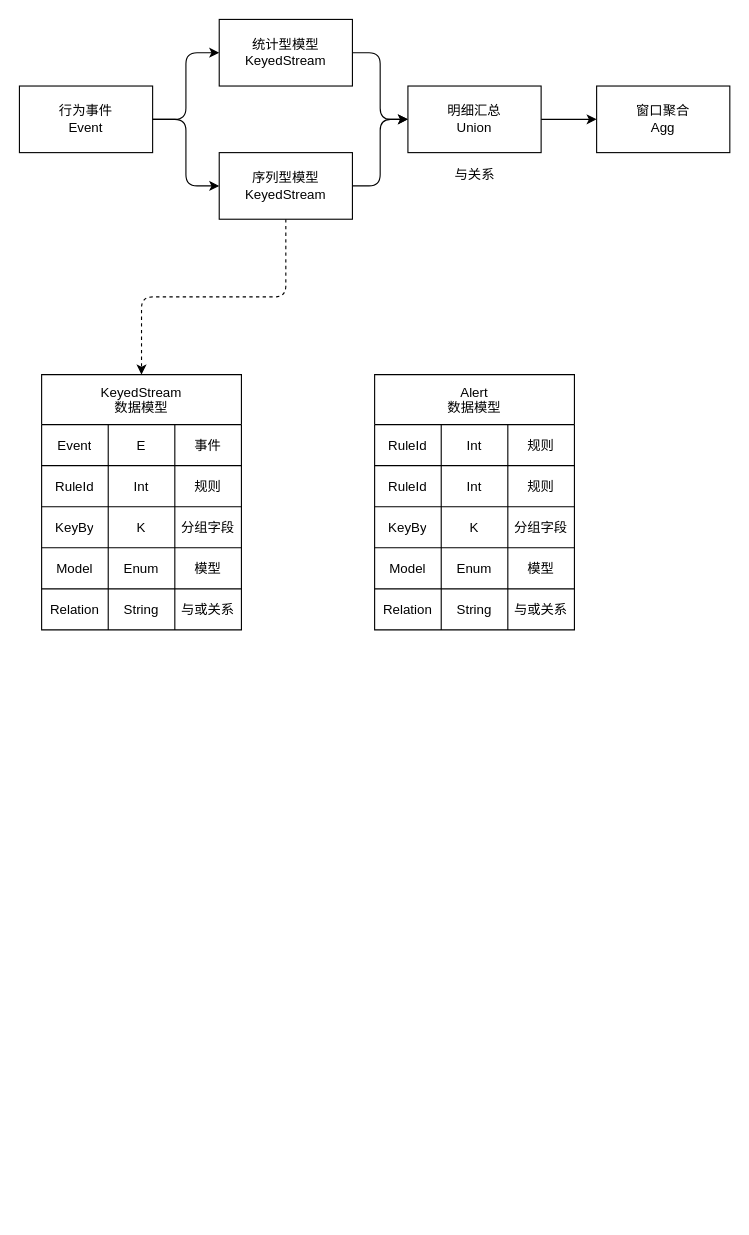
Earlier version of the draw.io diagram cep.drawio (pengmide/draw). Source tidied: cells renumbered, new cells numbered last; positions are measured from the earlier drawing's top-left corner, leaving out a move shared by most shapes. Both pictures are drawn from the tidied source at 111%, with x=0, y=0 at pixel (19, 19).
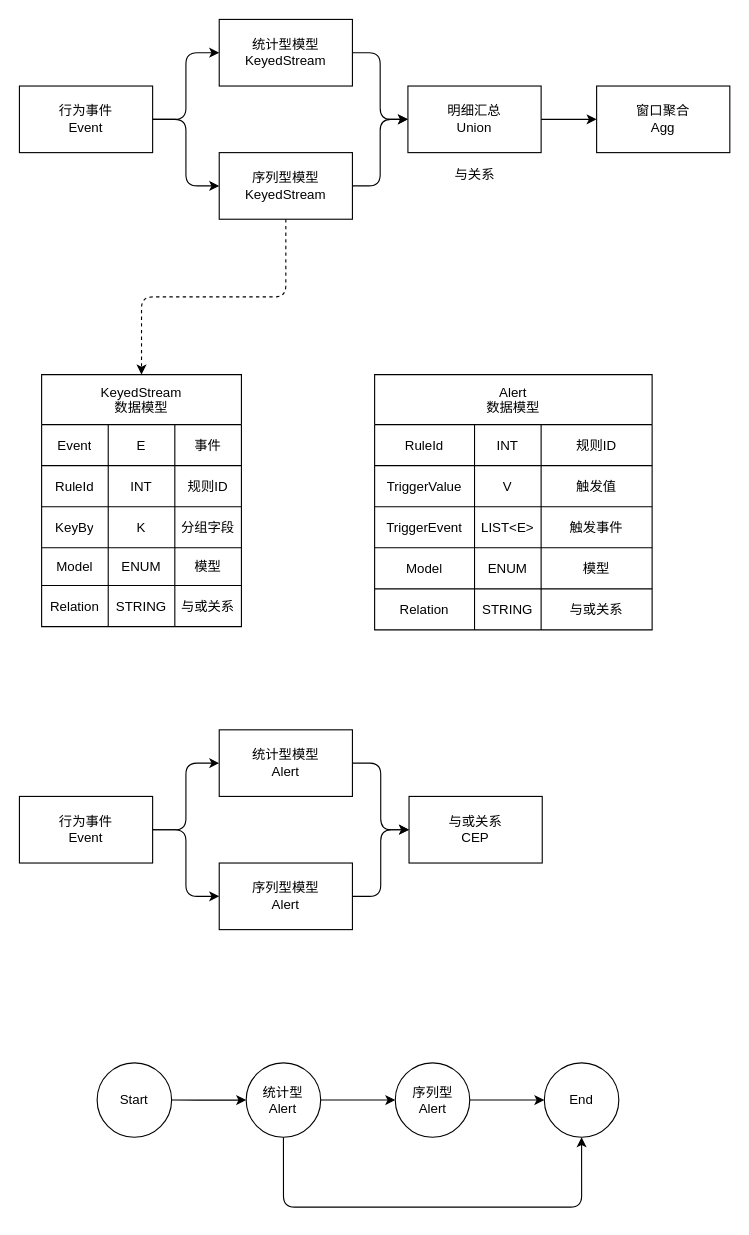
After the change.

Commit message:
完成Alert数据模型，提出NFA思路

Unchanged cells that the change refers to:
```xml
<mxCell id="20" style="shape=tableRow;horizontal=0;startSize=0;swimlaneHead=0;swimlaneBody=0;top=0;left=0;bottom=0;right=0;fillColor=none;rounded=0;shadow=0;comic=0;sketch=0;" parent="15" vertex="1">
  <mxGeometry y="82" width="180" height="37" as="geometry" />
</mxCell>
```

The edit, as a diff of the source:
```diff
@@
     <mxCell id="15" value="KeyedStream&#10;数据模型" style="shape=table;startSize=45;childLayout=tableLayout;rounded=0;shadow=0;comic=0;sketch=0;" parent="1" vertex="1">
-      <mxGeometry x="20" y="320" width="180" height="230" as="geometry" />
+      <mxGeometry x="20" y="320" width="180" height="227" as="geometry" />
     </mxCell>
@@
-    <mxCell id="22" value="&lt;span&gt;Int&lt;/span&gt;" style="shape=partialRectangle;html=1;whiteSpace=wrap;overflow=hidden;fillColor=none;top=0;left=0;bottom=0;right=0;rounded=0;shadow=0;comic=0;sketch=0;startSize=0;" parent="20" vertex="1">
+    <mxCell id="22" value="INT" style="shape=partialRectangle;html=1;whiteSpace=wrap;overflow=hidden;fillColor=none;top=0;left=0;bottom=0;right=0;rounded=0;shadow=0;comic=0;sketch=0;startSize=0;" parent="20" vertex="1">
       <mxGeometry x="60" width="60" height="37" as="geometry" />
     </mxCell>
-    <mxCell id="23" value="&lt;span&gt;规则&lt;/span&gt;" style="shape=partialRectangle;html=1;whiteSpace=wrap;overflow=hidden;fillColor=none;top=0;left=0;bottom=0;right=0;rounded=0;shadow=0;comic=0;sketch=0;startSize=0;" parent="20" vertex="1">
+    <mxCell id="23" value="&lt;span&gt;规则ID&lt;/span&gt;" style="shape=partialRectangle;html=1;whiteSpace=wrap;overflow=hidden;fillColor=none;top=0;left=0;bottom=0;right=0;rounded=0;shadow=0;comic=0;sketch=0;startSize=0;" parent="20" vertex="1">
       <mxGeometry x="120" width="60" height="37" as="geometry" />
     </mxCell>
@@
     <mxCell id="28" style="shape=tableRow;horizontal=0;startSize=0;swimlaneHead=0;swimlaneBody=0;top=0;left=0;bottom=0;right=0;fillColor=none;rounded=0;shadow=0;comic=0;sketch=0;" parent="15" vertex="1">
-      <mxGeometry y="156" width="180" height="37" as="geometry" />
+      <mxGeometry y="156" width="180" height="34" as="geometry" />
     </mxCell>
     <mxCell id="29" value="&lt;span&gt;Model&lt;/span&gt;" style="shape=partialRectangle;html=1;whiteSpace=wrap;overflow=hidden;fillColor=none;top=0;left=0;bottom=0;right=0;rounded=0;shadow=0;comic=0;sketch=0;startSize=0;" parent="28" vertex="1">
-      <mxGeometry width="60" height="37" as="geometry" />
+      <mxGeometry width="60" height="34" as="geometry" />
     </mxCell>
-    <mxCell id="30" value="&lt;span&gt;Enum&lt;/span&gt;" style="shape=partialRectangle;html=1;whiteSpace=wrap;overflow=hidden;fillColor=none;top=0;left=0;bottom=0;right=0;rounded=0;shadow=0;comic=0;sketch=0;startSize=0;" parent="28" vertex="1">
-      <mxGeometry x="60" width="60" height="37" as="geometry" />
+    <mxCell id="30" value="ENUM" style="shape=partialRectangle;html=1;whiteSpace=wrap;overflow=hidden;fillColor=none;top=0;left=0;bottom=0;right=0;rounded=0;shadow=0;comic=0;sketch=0;startSize=0;" parent="28" vertex="1">
+      <mxGeometry x="60" width="60" height="34" as="geometry" />
     </mxCell>
     <mxCell id="31" value="&lt;span&gt;模型&lt;/span&gt;" style="shape=partialRectangle;html=1;whiteSpace=wrap;overflow=hidden;fillColor=none;top=0;left=0;bottom=0;right=0;rounded=0;shadow=0;comic=0;sketch=0;startSize=0;" parent="28" vertex="1">
-      <mxGeometry x="120" width="60" height="37" as="geometry" />
+      <mxGeometry x="120" width="60" height="34" as="geometry" />
     </mxCell>
     <mxCell id="32" style="shape=tableRow;horizontal=0;startSize=0;swimlaneHead=0;swimlaneBody=0;top=0;left=0;bottom=0;right=0;fillColor=none;rounded=0;shadow=0;comic=0;sketch=0;" parent="15" vertex="1">
-      <mxGeometry y="193" width="180" height="37" as="geometry" />
+      <mxGeometry y="190" width="180" height="37" as="geometry" />
     </mxCell>
@@
-    <mxCell id="34" value="&lt;span&gt;String&lt;/span&gt;" style="shape=partialRectangle;html=1;whiteSpace=wrap;overflow=hidden;fillColor=none;top=0;left=0;bottom=0;right=0;rounded=0;shadow=0;comic=0;sketch=0;startSize=0;" parent="32" vertex="1">
+    <mxCell id="34" value="STRING" style="shape=partialRectangle;html=1;whiteSpace=wrap;overflow=hidden;fillColor=none;top=0;left=0;bottom=0;right=0;rounded=0;shadow=0;comic=0;sketch=0;startSize=0;" parent="32" vertex="1">
       <mxGeometry x="60" width="60" height="37" as="geometry" />
     </mxCell>
@@
     <mxCell id="36" value="Alert&#10;数据模型" style="shape=table;startSize=45;childLayout=tableLayout;rounded=0;shadow=0;comic=0;sketch=0;fillColor=default;gradientColor=none;" parent="1" vertex="1">
-      <mxGeometry x="320" y="320" width="180" height="230" as="geometry" />
+      <mxGeometry x="320" y="320" width="250" height="230" as="geometry" />
     </mxCell>
     <mxCell id="37" style="shape=tableRow;horizontal=0;startSize=0;swimlaneHead=0;swimlaneBody=0;top=0;left=0;bottom=0;right=0;fillColor=none;rounded=0;shadow=0;comic=0;sketch=0;" parent="36" vertex="1">
-      <mxGeometry y="45" width="180" height="37" as="geometry" />
+      <mxGeometry y="45" width="250" height="37" as="geometry" />
     </mxCell>
     <mxCell id="38" value="RuleId" style="shape=partialRectangle;html=1;whiteSpace=wrap;overflow=hidden;fillColor=none;top=0;left=0;bottom=0;right=0;rounded=0;shadow=0;comic=0;sketch=0;startSize=0;" parent="37" vertex="1">
-      <mxGeometry width="60" height="37" as="geometry" />
+      <mxGeometry width="90" height="37" as="geometry" />
     </mxCell>
-    <mxCell id="39" value="Int" style="shape=partialRectangle;html=1;whiteSpace=wrap;overflow=hidden;fillColor=none;top=0;left=0;bottom=0;right=0;rounded=0;shadow=0;comic=0;sketch=0;startSize=0;" parent="37" vertex="1">
-      <mxGeometry x="60" width="60" height="37" as="geometry" />
+    <mxCell id="39" value="INT" style="shape=partialRectangle;html=1;whiteSpace=wrap;overflow=hidden;fillColor=none;top=0;left=0;bottom=0;right=0;rounded=0;shadow=0;comic=0;sketch=0;startSize=0;" parent="37" vertex="1">
+      <mxGeometry x="90" width="60" height="37" as="geometry" />
     </mxCell>
-    <mxCell id="40" value="规则" style="shape=partialRectangle;html=1;whiteSpace=wrap;overflow=hidden;fillColor=none;top=0;left=0;bottom=0;right=0;rounded=0;shadow=0;comic=0;sketch=0;startSize=0;" parent="37" vertex="1">
-      <mxGeometry x="120" width="60" height="37" as="geometry" />
+    <mxCell id="40" value="规则ID" style="shape=partialRectangle;html=1;whiteSpace=wrap;overflow=hidden;fillColor=none;top=0;left=0;bottom=0;right=0;rounded=0;shadow=0;comic=0;sketch=0;startSize=0;" parent="37" vertex="1">
+      <mxGeometry x="150" width="100" height="37" as="geometry" />
     </mxCell>
     <mxCell id="41" style="shape=tableRow;horizontal=0;startSize=0;swimlaneHead=0;swimlaneBody=0;top=0;left=0;bottom=0;right=0;fillColor=none;rounded=0;shadow=0;comic=0;sketch=0;" parent="36" vertex="1">
-      <mxGeometry y="82" width="180" height="37" as="geometry" />
+      <mxGeometry y="82" width="250" height="37" as="geometry" />
     </mxCell>
-    <mxCell id="42" value="&lt;span&gt;RuleId&lt;/span&gt;" style="shape=partialRectangle;html=1;whiteSpace=wrap;overflow=hidden;fillColor=none;top=0;left=0;bottom=0;right=0;rounded=0;shadow=0;comic=0;sketch=0;startSize=0;" parent="41" vertex="1">
-      <mxGeometry width="60" height="37" as="geometry" />
+    <mxCell id="42" value="TriggerValue" style="shape=partialRectangle;html=1;whiteSpace=wrap;overflow=hidden;fillColor=none;top=0;left=0;bottom=0;right=0;rounded=0;shadow=0;comic=0;sketch=0;startSize=0;" parent="41" vertex="1">
+      <mxGeometry width="90" height="37" as="geometry" />
     </mxCell>
-    <mxCell id="43" value="&lt;span&gt;Int&lt;/span&gt;" style="shape=partialRectangle;html=1;whiteSpace=wrap;overflow=hidden;fillColor=none;top=0;left=0;bottom=0;right=0;rounded=0;shadow=0;comic=0;sketch=0;startSize=0;" parent="41" vertex="1">
-      <mxGeometry x="60" width="60" height="37" as="geometry" />
+    <mxCell id="43" value="V" style="shape=partialRectangle;html=1;whiteSpace=wrap;overflow=hidden;fillColor=none;top=0;left=0;bottom=0;right=0;rounded=0;shadow=0;comic=0;sketch=0;startSize=0;" parent="41" vertex="1">
+      <mxGeometry x="90" width="60" height="37" as="geometry" />
     </mxCell>
-    <mxCell id="44" value="&lt;span&gt;规则&lt;/span&gt;" style="shape=partialRectangle;html=1;whiteSpace=wrap;overflow=hidden;fillColor=none;top=0;left=0;bottom=0;right=0;rounded=0;shadow=0;comic=0;sketch=0;startSize=0;" parent="41" vertex="1">
-      <mxGeometry x="120" width="60" height="37" as="geometry" />
+    <mxCell id="44" value="触发值" style="shape=partialRectangle;html=1;whiteSpace=wrap;overflow=hidden;fillColor=none;top=0;left=0;bottom=0;right=0;rounded=0;shadow=0;comic=0;sketch=0;startSize=0;" parent="41" vertex="1">
+      <mxGeometry x="150" width="100" height="37" as="geometry" />
     </mxCell>
     <mxCell id="45" style="shape=tableRow;horizontal=0;startSize=0;swimlaneHead=0;swimlaneBody=0;top=0;left=0;bottom=0;right=0;fillColor=none;rounded=0;shadow=0;comic=0;sketch=0;" parent="36" vertex="1">
-      <mxGeometry y="119" width="180" height="37" as="geometry" />
+      <mxGeometry y="119" width="250" height="37" as="geometry" />
     </mxCell>
-    <mxCell id="46" value="&lt;span&gt;KeyBy&lt;/span&gt;" style="shape=partialRectangle;html=1;whiteSpace=wrap;overflow=hidden;fillColor=none;top=0;left=0;bottom=0;right=0;rounded=0;shadow=0;comic=0;sketch=0;startSize=0;" parent="45" vertex="1">
-      <mxGeometry width="60" height="37" as="geometry" />
+    <mxCell id="46" value="TriggerEvent" style="shape=partialRectangle;html=1;whiteSpace=wrap;overflow=hidden;fillColor=none;top=0;left=0;bottom=0;right=0;rounded=0;shadow=0;comic=0;sketch=0;startSize=0;" parent="45" vertex="1">
+      <mxGeometry width="90" height="37" as="geometry" />
     </mxCell>
-    <mxCell id="47" value="&lt;span&gt;K&lt;/span&gt;" style="shape=partialRectangle;html=1;whiteSpace=wrap;overflow=hidden;fillColor=none;top=0;left=0;bottom=0;right=0;rounded=0;shadow=0;comic=0;sketch=0;startSize=0;" parent="45" vertex="1">
-      <mxGeometry x="60" width="60" height="37" as="geometry" />
+    <mxCell id="47" value="LIST&amp;lt;E&amp;gt;" style="shape=partialRectangle;html=1;whiteSpace=wrap;overflow=hidden;fillColor=none;top=0;left=0;bottom=0;right=0;rounded=0;shadow=0;comic=0;sketch=0;startSize=0;" parent="45" vertex="1">
+      <mxGeometry x="90" width="60" height="37" as="geometry" />
     </mxCell>
-    <mxCell id="48" value="&lt;span&gt;分组字段&lt;/span&gt;" style="shape=partialRectangle;html=1;whiteSpace=wrap;overflow=hidden;fillColor=none;top=0;left=0;bottom=0;right=0;rounded=0;shadow=0;comic=0;sketch=0;startSize=0;" parent="45" vertex="1">
-      <mxGeometry x="120" width="60" height="37" as="geometry" />
+    <mxCell id="48" value="触发事件" style="shape=partialRectangle;html=1;whiteSpace=wrap;overflow=hidden;fillColor=none;top=0;left=0;bottom=0;right=0;rounded=0;shadow=0;comic=0;sketch=0;startSize=0;" parent="45" vertex="1">
+      <mxGeometry x="150" width="100" height="37" as="geometry" />
     </mxCell>
     <mxCell id="49" style="shape=tableRow;horizontal=0;startSize=0;swimlaneHead=0;swimlaneBody=0;top=0;left=0;bottom=0;right=0;fillColor=none;rounded=0;shadow=0;comic=0;sketch=0;" parent="36" vertex="1">
-      <mxGeometry y="156" width="180" height="37" as="geometry" />
+      <mxGeometry y="156" width="250" height="37" as="geometry" />
     </mxCell>
     <mxCell id="50" value="&lt;span&gt;Model&lt;/span&gt;" style="shape=partialRectangle;html=1;whiteSpace=wrap;overflow=hidden;fillColor=none;top=0;left=0;bottom=0;right=0;rounded=0;shadow=0;comic=0;sketch=0;startSize=0;" parent="49" vertex="1">
-      <mxGeometry width="60" height="37" as="geometry" />
+      <mxGeometry width="90" height="37" as="geometry" />
     </mxCell>
-    <mxCell id="51" value="&lt;span&gt;Enum&lt;/span&gt;" style="shape=partialRectangle;html=1;whiteSpace=wrap;overflow=hidden;fillColor=none;top=0;left=0;bottom=0;right=0;rounded=0;shadow=0;comic=0;sketch=0;startSize=0;" parent="49" vertex="1">
-      <mxGeometry x="60" width="60" height="37" as="geometry" />
+    <mxCell id="51" value="&lt;span&gt;ENUM&lt;/span&gt;" style="shape=partialRectangle;html=1;whiteSpace=wrap;overflow=hidden;fillColor=none;top=0;left=0;bottom=0;right=0;rounded=0;shadow=0;comic=0;sketch=0;startSize=0;" parent="49" vertex="1">
+      <mxGeometry x="90" width="60" height="37" as="geometry" />
     </mxCell>
     <mxCell id="52" value="&lt;span&gt;模型&lt;/span&gt;" style="shape=partialRectangle;html=1;whiteSpace=wrap;overflow=hidden;fillColor=none;top=0;left=0;bottom=0;right=0;rounded=0;shadow=0;comic=0;sketch=0;startSize=0;" parent="49" vertex="1">
-      <mxGeometry x="120" width="60" height="37" as="geometry" />
+      <mxGeometry x="150" width="100" height="37" as="geometry" />
     </mxCell>
     <mxCell id="53" style="shape=tableRow;horizontal=0;startSize=0;swimlaneHead=0;swimlaneBody=0;top=0;left=0;bottom=0;right=0;fillColor=none;rounded=0;shadow=0;comic=0;sketch=0;" parent="36" vertex="1">
-      <mxGeometry y="193" width="180" height="37" as="geometry" />
+      <mxGeometry y="193" width="250" height="37" as="geometry" />
     </mxCell>
     <mxCell id="54" value="&lt;span&gt;Relation&lt;/span&gt;" style="shape=partialRectangle;html=1;whiteSpace=wrap;overflow=hidden;fillColor=none;top=0;left=0;bottom=0;right=0;rounded=0;shadow=0;comic=0;sketch=0;startSize=0;" parent="53" vertex="1">
-      <mxGeometry width="60" height="37" as="geometry" />
+      <mxGeometry width="90" height="37" as="geometry" />
     </mxCell>
-    <mxCell id="55" value="&lt;span&gt;String&lt;/span&gt;" style="shape=partialRectangle;html=1;whiteSpace=wrap;overflow=hidden;fillColor=none;top=0;left=0;bottom=0;right=0;rounded=0;shadow=0;comic=0;sketch=0;startSize=0;" parent="53" vertex="1">
-      <mxGeometry x="60" width="60" height="37" as="geometry" />
+    <mxCell id="55" value="&lt;span&gt;STRING&lt;/span&gt;" style="shape=partialRectangle;html=1;whiteSpace=wrap;overflow=hidden;fillColor=none;top=0;left=0;bottom=0;right=0;rounded=0;shadow=0;comic=0;sketch=0;startSize=0;" parent="53" vertex="1">
+      <mxGeometry x="90" width="60" height="37" as="geometry" />
     </mxCell>
     <mxCell id="56" value="&lt;span&gt;与或关系&lt;/span&gt;" style="shape=partialRectangle;html=1;whiteSpace=wrap;overflow=hidden;fillColor=none;top=0;left=0;bottom=0;right=0;rounded=0;shadow=0;comic=0;sketch=0;startSize=0;" parent="53" vertex="1">
-      <mxGeometry x="120" width="60" height="37" as="geometry" />
+      <mxGeometry x="150" width="100" height="37" as="geometry" />
     </mxCell>
+    <mxCell id="57" style="edgeStyle=orthogonalEdgeStyle;curved=0;rounded=1;sketch=0;jettySize=auto;html=1;" parent="1" edge="1" source="59" target="61">
+      <mxGeometry relative="1" as="geometry" />
+    </mxCell>
+    <mxCell id="58" style="edgeStyle=orthogonalEdgeStyle;curved=0;rounded=1;sketch=0;jettySize=auto;html=1;exitX=1;exitY=0.5;exitDx=0;exitDy=0;entryX=0;entryY=0.5;entryDx=0;entryDy=0;" parent="1" edge="1" source="59" target="63">
+      <mxGeometry relative="1" as="geometry" />
+    </mxCell>
+    <mxCell id="59" value="行为事件&lt;br&gt;Event" style="rounded=0;whiteSpace=wrap;html=1;" parent="1" vertex="1">
+      <mxGeometry y="700" width="120" height="60" as="geometry" />
+    </mxCell>
+    <mxCell id="60" style="edgeStyle=orthogonalEdgeStyle;curved=0;rounded=1;sketch=0;jettySize=auto;html=1;entryX=0;entryY=0.5;entryDx=0;entryDy=0;" parent="1" edge="1" source="61" target="64">
+      <mxGeometry relative="1" as="geometry" />
+    </mxCell>
+    <mxCell id="61" value="统计型模型&lt;br&gt;Alert" style="rounded=0;whiteSpace=wrap;html=1;" parent="1" vertex="1">
+      <mxGeometry x="180" y="640" width="120" height="60" as="geometry" />
+    </mxCell>
+    <mxCell id="62" style="edgeStyle=orthogonalEdgeStyle;curved=0;rounded=1;sketch=0;jettySize=auto;html=1;entryX=0;entryY=0.5;entryDx=0;entryDy=0;" parent="1" edge="1" source="63" target="64">
+      <mxGeometry relative="1" as="geometry" />
+    </mxCell>
+    <mxCell id="63" value="序列型模型&lt;br&gt;Alert" style="rounded=0;whiteSpace=wrap;html=1;" parent="1" vertex="1">
+      <mxGeometry x="180" y="760" width="120" height="60" as="geometry" />
+    </mxCell>
+    <mxCell id="64" value="与或关系&lt;br&gt;CEP" style="rounded=0;whiteSpace=wrap;html=1;" parent="1" vertex="1">
+      <mxGeometry x="351" y="700" width="120" height="60" as="geometry" />
+    </mxCell>
+    <mxCell id="65" style="edgeStyle=orthogonalEdgeStyle;curved=0;rounded=1;sketch=0;jettySize=auto;html=1;entryX=0.5;entryY=1;entryDx=0;entryDy=0;" parent="1" edge="1" source="66" target="71">
+      <mxGeometry relative="1" as="geometry">
+        <Array as="points">
+          <mxPoint x="238" y="1070" />
+          <mxPoint x="506" y="1070" />
+        </Array>
+      </mxGeometry>
+    </mxCell>
+    <mxCell id="66" value="统计型&lt;br&gt;Alert" style="ellipse;whiteSpace=wrap;html=1;rounded=0;shadow=0;comic=0;sketch=0;startSize=0;fillColor=default;gradientColor=none;" parent="1" vertex="1">
+      <mxGeometry x="204.3" y="940" width="67.1" height="67.1" as="geometry" />
+    </mxCell>
+    <mxCell id="67" style="edgeStyle=orthogonalEdgeStyle;curved=0;rounded=1;sketch=0;jettySize=auto;html=1;exitX=1;exitY=0.5;exitDx=0;exitDy=0;" parent="1" edge="1" source="68" target="66">
+      <mxGeometry relative="1" as="geometry" />
+    </mxCell>
+    <mxCell id="68" value="Start" style="ellipse;whiteSpace=wrap;html=1;rounded=0;shadow=0;comic=0;sketch=0;startSize=0;fillColor=default;gradientColor=none;" parent="1" vertex="1">
+      <mxGeometry x="70" y="940" width="67.1" height="67.1" as="geometry" />
+    </mxCell>
+    <mxCell id="69" value="序列型&lt;br&gt;Alert" style="ellipse;whiteSpace=wrap;html=1;rounded=0;shadow=0;comic=0;sketch=0;startSize=0;fillColor=default;gradientColor=none;" parent="1" vertex="1">
+      <mxGeometry x="338.6" y="940" width="67.1" height="67.1" as="geometry" />
+    </mxCell>
+    <mxCell id="70" style="edgeStyle=orthogonalEdgeStyle;curved=0;rounded=1;sketch=0;jettySize=auto;html=1;" parent="1" edge="1" source="66" target="69">
+      <mxGeometry relative="1" as="geometry" />
+    </mxCell>
+    <mxCell id="71" value="End" style="ellipse;whiteSpace=wrap;html=1;rounded=0;shadow=0;comic=0;sketch=0;startSize=0;fillColor=default;gradientColor=none;" parent="1" vertex="1">
+      <mxGeometry x="472.9" y="940" width="67.1" height="67.1" as="geometry" />
+    </mxCell>
+    <mxCell id="72" style="edgeStyle=orthogonalEdgeStyle;curved=0;rounded=1;sketch=0;jettySize=auto;html=1;" parent="1" edge="1" source="69" target="71">
+      <mxGeometry relative="1" as="geometry" />
+    </mxCell>
```
